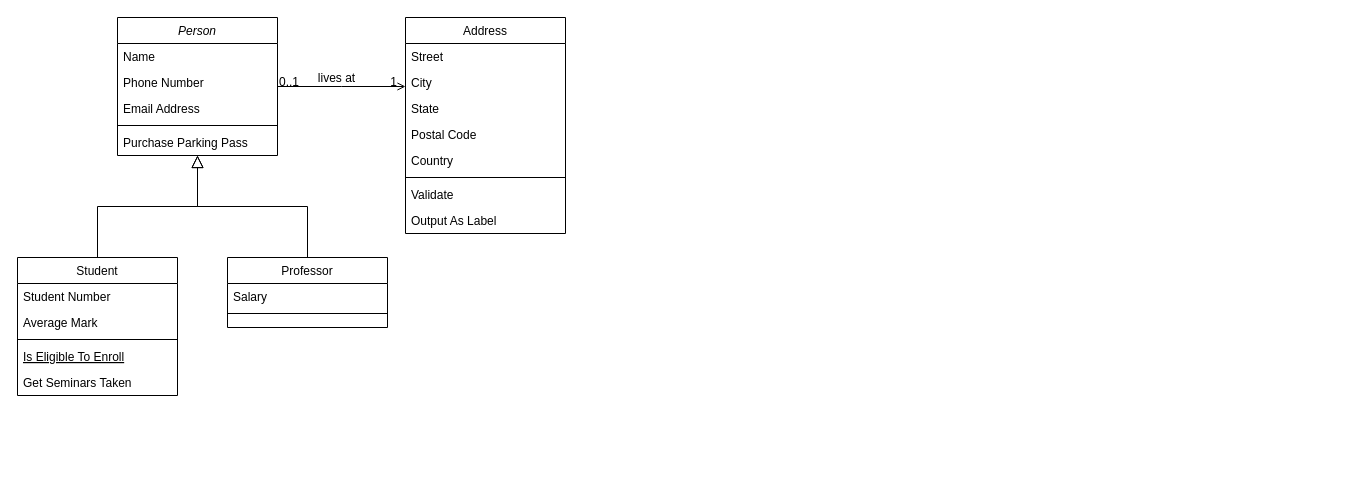
Earlier version of the draw.io diagram Untitled Diagram.drawio (karuhame/PBL2). Source tidied: cells renumbered, new cells numbered last; positions are measured from the earlier drawing's top-left corner, leaving out a move shared by most shapes. Both pictures are drawn from the tidied source at 100%, with x=0, y=0 at pixel (17, 17).
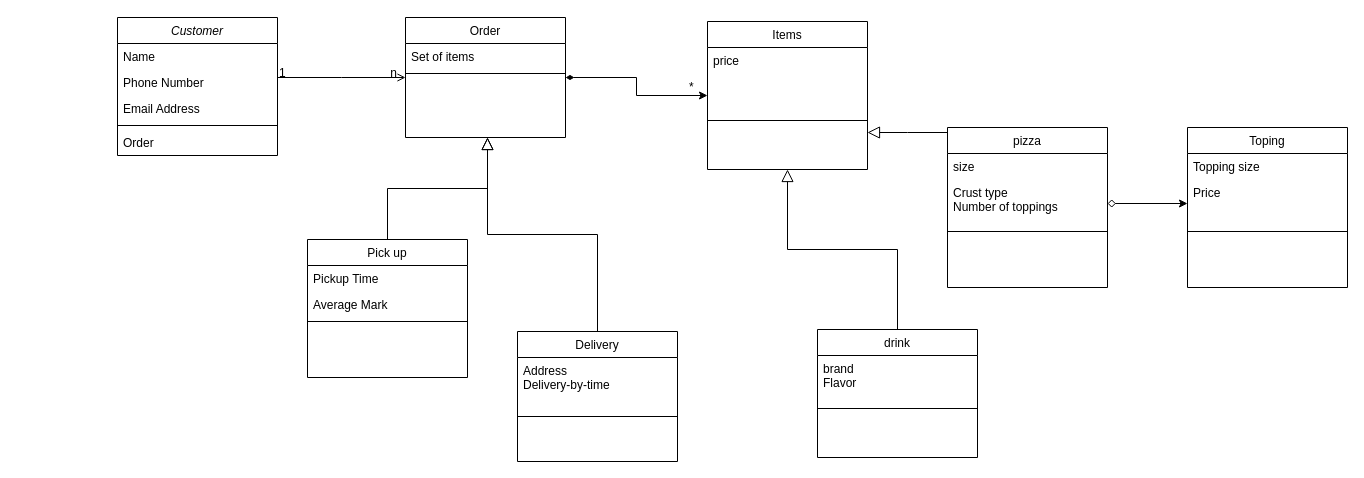
Above is the later version.

Unchanged cells that the change refers to:
```xml
<mxCell id="28" style="endArrow=open;shadow=0;strokeWidth=1;rounded=0;endFill=1;edgeStyle=elbowEdgeStyle;elbow=vertical;" parent="1" edge="1" source="2" target="19">
  <mxGeometry x="0.5" y="41" relative="1" as="geometry">
    <mxPoint x="-40" y="32" as="offset" />
  </mxGeometry>
</mxCell>
```

The edit, as a diff of the source:
```diff
@@
-    <mxCell id="2" value="Person" style="swimlane;fontStyle=2;align=center;verticalAlign=top;horizontal=1;startSize=26;rounded=0;shadow=0;strokeWidth=1;" parent="1" vertex="1">
+    <mxCell id="2" value="Customer" style="swimlane;fontStyle=2;align=center;verticalAlign=top;horizontal=1;startSize=26;rounded=0;shadow=0;strokeWidth=1;" parent="1" vertex="1">
       <mxGeometry x="100" width="160" height="138" as="geometry" />
     </mxCell>
@@
-    <mxCell id="7" value="Purchase Parking Pass" style="text;align=left;verticalAlign=top;spacingLeft=4;spacingRight=4;overflow=hidden;" parent="2" vertex="1">
+    <mxCell id="7" value="Order" style="text;align=left;verticalAlign=top;spacingLeft=4;spacingRight=4;overflow=hidden;" parent="2" vertex="1">
       <mxGeometry y="112" width="160" height="26" as="geometry" />
     </mxCell>
-    <mxCell id="8" value="Student" style="swimlane;fontStyle=0;align=center;verticalAlign=top;horizontal=1;startSize=26;rounded=0;shadow=0;strokeWidth=1;" parent="1" vertex="1">
-      <mxGeometry y="240" width="160" height="138" as="geometry" />
+    <mxCell id="8" value="Pick up" style="swimlane;fontStyle=0;align=center;verticalAlign=top;horizontal=1;startSize=26;rounded=0;shadow=0;strokeWidth=1;" parent="1" vertex="1">
+      <mxGeometry x="290" y="222" width="160" height="138" as="geometry" />
     </mxCell>
-    <mxCell id="9" value="Student Number" style="text;align=left;verticalAlign=top;spacingLeft=4;spacingRight=4;overflow=hidden;" parent="8" vertex="1">
+    <mxCell id="9" value="Pickup Time" style="text;align=left;verticalAlign=top;spacingLeft=4;spacingRight=4;overflow=hidden;" parent="8" vertex="1">
       <mxGeometry y="26" width="160" height="26" as="geometry" />
     </mxCell>
@@
-    <mxCell id="12" value="Is Eligible To Enroll" style="text;align=left;verticalAlign=top;spacingLeft=4;spacingRight=4;overflow=hidden;fontStyle=4;" parent="8" vertex="1">
-      <mxGeometry y="86" width="160" height="26" as="geometry" />
-    </mxCell>
-    <mxCell id="13" value="Get Seminars Taken" style="text;align=left;verticalAlign=top;spacingLeft=4;spacingRight=4;overflow=hidden;" parent="8" vertex="1">
-      <mxGeometry y="112" width="160" height="26" as="geometry" />
-    </mxCell>
-    <mxCell id="14" style="endArrow=block;endSize=10;endFill=0;shadow=0;strokeWidth=1;rounded=0;edgeStyle=elbowEdgeStyle;elbow=vertical;" parent="1" edge="1" source="8" target="2">
-      <mxGeometry relative="1" as="geometry" />
+    <mxCell id="14" style="endArrow=block;endSize=10;endFill=0;shadow=0;strokeWidth=1;rounded=0;edgeStyle=elbowEdgeStyle;elbow=vertical;" parent="1" edge="1" source="8">
+      <mxGeometry relative="1" as="geometry">
+        <mxPoint x="470" y="120" as="targetPoint" />
+      </mxGeometry>
     </mxCell>
-    <mxCell id="15" value="Professor" style="swimlane;fontStyle=0;align=center;verticalAlign=top;horizontal=1;startSize=26;rounded=0;shadow=0;strokeWidth=1;" parent="1" vertex="1">
-      <mxGeometry x="210" y="240" width="160" height="70" as="geometry" />
+    <mxCell id="15" value="Delivery" style="swimlane;fontStyle=0;align=center;verticalAlign=top;horizontal=1;startSize=26;rounded=0;shadow=0;strokeWidth=1;" parent="1" vertex="1">
+      <mxGeometry x="500" y="314" width="160" height="130" as="geometry" />
     </mxCell>
-    <mxCell id="16" value="Salary" style="text;align=left;verticalAlign=top;spacingLeft=4;spacingRight=4;overflow=hidden;" parent="15" vertex="1">
-      <mxGeometry y="26" width="160" height="26" as="geometry" />
+    <mxCell id="16" value="Address &#10;Delivery-by-time&#10;" style="text;align=left;verticalAlign=top;spacingLeft=4;spacingRight=4;overflow=hidden;" parent="15" vertex="1">
+      <mxGeometry y="26" width="160" height="34" as="geometry" />
     </mxCell>
     <mxCell id="17" style="line;html=1;strokeWidth=1;align=left;verticalAlign=middle;spacingTop=-1;spacingLeft=3;spacingRight=3;labelPosition=right;" parent="15" vertex="1">
-      <mxGeometry y="52" width="160" height="8" as="geometry" />
+      <mxGeometry y="60" width="160" height="50" as="geometry" />
     </mxCell>
-    <mxCell id="18" style="endArrow=block;endSize=10;endFill=0;shadow=0;strokeWidth=1;rounded=0;edgeStyle=elbowEdgeStyle;elbow=vertical;" parent="1" edge="1" source="15" target="2">
-      <mxGeometry relative="1" as="geometry" />
+    <mxCell id="18" style="endArrow=block;endSize=10;endFill=0;shadow=0;strokeWidth=1;rounded=0;edgeStyle=elbowEdgeStyle;elbow=vertical;" parent="1" edge="1" source="15">
+      <mxGeometry relative="1" as="geometry">
+        <mxPoint x="470" y="120" as="targetPoint" />
+      </mxGeometry>
     </mxCell>
+    <mxCell id="32" style="edgeStyle=orthogonalEdgeStyle;rounded=0;jettySize=auto;html=1;exitX=1;exitY=0.5;exitDx=0;exitDy=0;entryX=0;entryY=0.5;entryDx=0;entryDy=0;startArrow=diamondThin;startFill=1;sourcePerimeterSpacing=13;" parent="1" edge="1" source="19" target="33">
+      <mxGeometry relative="1" as="geometry" />
+    </mxCell>
-    <mxCell id="19" value="Address" style="swimlane;fontStyle=0;align=center;verticalAlign=top;horizontal=1;startSize=26;rounded=0;shadow=0;strokeWidth=1;" parent="1" vertex="1">
-      <mxGeometry x="388" width="160" height="216" as="geometry" />
+    <mxCell id="19" value="Order" style="swimlane;fontStyle=0;align=center;verticalAlign=top;horizontal=1;startSize=26;rounded=0;shadow=0;strokeWidth=1;" parent="1" vertex="1">
+      <mxGeometry x="388" width="160" height="120" as="geometry" />
     </mxCell>
-    <mxCell id="20" value="Street" style="text;align=left;verticalAlign=top;spacingLeft=4;spacingRight=4;overflow=hidden;" parent="19" vertex="1">
-      <mxGeometry y="26" width="160" height="26" as="geometry" />
-    </mxCell>
-    <mxCell id="21" value="City" style="text;align=left;verticalAlign=top;spacingLeft=4;spacingRight=4;overflow=hidden;rounded=0;shadow=0;html=0;" parent="19" vertex="1">
-      <mxGeometry y="52" width="160" height="26" as="geometry" />
-    </mxCell>
-    <mxCell id="22" value="State" style="text;align=left;verticalAlign=top;spacingLeft=4;spacingRight=4;overflow=hidden;rounded=0;shadow=0;html=0;" parent="19" vertex="1">
-      <mxGeometry y="78" width="160" height="26" as="geometry" />
-    </mxCell>
-    <mxCell id="23" value="Postal Code" style="text;align=left;verticalAlign=top;spacingLeft=4;spacingRight=4;overflow=hidden;rounded=0;shadow=0;html=0;" parent="19" vertex="1">
-      <mxGeometry y="104" width="160" height="26" as="geometry" />
-    </mxCell>
-    <mxCell id="24" value="Country" style="text;align=left;verticalAlign=top;spacingLeft=4;spacingRight=4;overflow=hidden;rounded=0;shadow=0;html=0;" parent="19" vertex="1">
-      <mxGeometry y="130" width="160" height="26" as="geometry" />
+    <mxCell id="24" value="Set of items" style="text;align=left;verticalAlign=top;spacingLeft=4;spacingRight=4;overflow=hidden;rounded=0;shadow=0;html=0;" parent="19" vertex="1">
+      <mxGeometry y="26" width="160" height="26" as="geometry" />
     </mxCell>
     <mxCell id="25" style="line;html=1;strokeWidth=1;align=left;verticalAlign=middle;spacingTop=-1;spacingLeft=3;spacingRight=3;labelPosition=right;" parent="19" vertex="1">
-      <mxGeometry y="156" width="160" height="8" as="geometry" />
+      <mxGeometry y="52" width="160" height="8" as="geometry" />
     </mxCell>
-    <mxCell id="26" value="Validate" style="text;align=left;verticalAlign=top;spacingLeft=4;spacingRight=4;overflow=hidden;" parent="19" vertex="1">
-      <mxGeometry y="164" width="160" height="26" as="geometry" />
-    </mxCell>
-    <mxCell id="27" value="Output As Label" style="text;align=left;verticalAlign=top;spacingLeft=4;spacingRight=4;overflow=hidden;" parent="19" vertex="1">
-      <mxGeometry y="190" width="160" height="26" as="geometry" />
-    </mxCell>
@@
-    <mxCell id="29" value="0..1" style="align=left;verticalAlign=bottom;labelBackgroundColor=none;fontSize=12;" parent="28" vertex="1">
+    <mxCell id="29" value="1" style="align=left;verticalAlign=bottom;labelBackgroundColor=none;fontSize=12;" parent="28" vertex="1">
       <mxGeometry x="-1" relative="1" as="geometry">
         <mxPoint y="4" as="offset" />
       </mxGeometry>
     </mxCell>
-    <mxCell id="30" value="1" style="align=right;verticalAlign=bottom;labelBackgroundColor=none;fontSize=12;" parent="28" vertex="1">
+    <mxCell id="30" value="n" style="align=right;verticalAlign=bottom;labelBackgroundColor=none;fontSize=12;" parent="28" vertex="1">
       <mxGeometry x="1" relative="1" as="geometry">
         <mxPoint x="-7" y="4" as="offset" />
       </mxGeometry>
     </mxCell>
-    <mxCell id="31" value="lives at" style="text;html=1;align=center;verticalAlign=middle;labelBackgroundColor=none;rounded=0;shadow=0;strokeWidth=1;fontSize=12;" parent="28" vertex="1">
-      <mxGeometry x="0.5" y="49" relative="1" as="geometry">
-        <mxPoint x="-38" y="40" as="offset" />
-      </mxGeometry>
-    </mxCell>
+    <mxCell id="33" value="Items" style="swimlane;fontStyle=0;align=center;verticalAlign=top;horizontal=1;startSize=26;rounded=0;shadow=0;strokeWidth=1;" parent="1" vertex="1">
+      <mxGeometry x="690" y="4" width="160" height="148" as="geometry" />
+    </mxCell>
+    <mxCell id="34" value="price" style="text;align=left;verticalAlign=top;spacingLeft=4;spacingRight=4;overflow=hidden;" parent="33" vertex="1">
+      <mxGeometry y="26" width="160" height="24" as="geometry" />
+    </mxCell>
+    <mxCell id="35" style="line;html=1;strokeWidth=1;align=left;verticalAlign=middle;spacingTop=-1;spacingLeft=3;spacingRight=3;labelPosition=right;" parent="33" vertex="1">
+      <mxGeometry y="50" width="160" height="98" as="geometry" />
+    </mxCell>
+    <mxCell id="36" value="pizza" style="swimlane;fontStyle=0;align=center;verticalAlign=top;horizontal=1;startSize=26;rounded=0;shadow=0;strokeWidth=1;" parent="1" vertex="1">
+      <mxGeometry x="930" y="110" width="160" height="160" as="geometry" />
+    </mxCell>
+    <mxCell id="37" value="size    " style="text;align=left;verticalAlign=top;spacingLeft=4;spacingRight=4;overflow=hidden;" parent="36" vertex="1">
+      <mxGeometry y="26" width="160" height="26" as="geometry" />
+    </mxCell>
+    <mxCell id="38" value="Crust type&#10;Number of toppings" style="text;align=left;verticalAlign=top;spacingLeft=4;spacingRight=4;overflow=hidden;points=[[0,0.5],[1,0.5]];portConstraint=eastwest;rounded=0;shadow=0;html=0;" parent="36" vertex="1">
+      <mxGeometry y="52" width="160" height="48" as="geometry" />
+    </mxCell>
+    <mxCell id="39" style="line;html=1;strokeWidth=1;align=left;verticalAlign=middle;spacingTop=-1;spacingLeft=3;spacingRight=3;labelPosition=right;" parent="36" vertex="1">
+      <mxGeometry y="100" width="160" height="8" as="geometry" />
+    </mxCell>
+    <mxCell id="40" style="endArrow=block;endSize=10;endFill=0;shadow=0;strokeWidth=1;rounded=0;edgeStyle=elbowEdgeStyle;elbow=vertical;entryX=1;entryY=0.75;entryDx=0;entryDy=0;" parent="1" edge="1" source="36" target="33">
+      <mxGeometry relative="1" as="geometry" />
+    </mxCell>
+    <mxCell id="41" value="drink" style="swimlane;fontStyle=0;align=center;verticalAlign=top;horizontal=1;startSize=26;rounded=0;shadow=0;strokeWidth=1;" parent="1" vertex="1">
+      <mxGeometry x="800" y="312" width="160" height="128" as="geometry" />
+    </mxCell>
+    <mxCell id="42" value="brand &#10;Flavor" style="text;align=left;verticalAlign=top;spacingLeft=4;spacingRight=4;overflow=hidden;" parent="41" vertex="1">
+      <mxGeometry y="26" width="160" height="4" as="geometry" />
+    </mxCell>
+    <mxCell id="43" style="line;html=1;strokeWidth=1;align=left;verticalAlign=middle;spacingTop=-1;spacingLeft=3;spacingRight=3;labelPosition=right;" parent="41" vertex="1">
+      <mxGeometry y="30" width="160" height="98" as="geometry" />
+    </mxCell>
+    <mxCell id="44" style="endArrow=block;endSize=10;endFill=0;shadow=0;strokeWidth=1;rounded=0;edgeStyle=elbowEdgeStyle;elbow=vertical;entryX=0.5;entryY=1;entryDx=0;entryDy=0;" parent="1" edge="1" source="41" target="33">
+      <mxGeometry relative="1" as="geometry" />
+    </mxCell>
+    <mxCell id="45" value="Toping" style="swimlane;fontStyle=0;align=center;verticalAlign=top;horizontal=1;startSize=26;rounded=0;shadow=0;strokeWidth=1;" parent="1" vertex="1">
+      <mxGeometry x="1170" y="110" width="160" height="160" as="geometry" />
+    </mxCell>
+    <mxCell id="46" value="Topping size" style="text;align=left;verticalAlign=top;spacingLeft=4;spacingRight=4;overflow=hidden;" parent="45" vertex="1">
+      <mxGeometry y="26" width="160" height="26" as="geometry" />
+    </mxCell>
+    <mxCell id="47" value="Price" style="text;align=left;verticalAlign=top;spacingLeft=4;spacingRight=4;overflow=hidden;points=[[0,0.5],[1,0.5]];portConstraint=eastwest;rounded=0;shadow=0;html=0;" parent="45" vertex="1">
+      <mxGeometry y="52" width="160" height="48" as="geometry" />
+    </mxCell>
+    <mxCell id="48" style="line;html=1;strokeWidth=1;align=left;verticalAlign=middle;spacingTop=-1;spacingLeft=3;spacingRight=3;labelPosition=right;" parent="45" vertex="1">
+      <mxGeometry y="100" width="160" height="8" as="geometry" />
+    </mxCell>
+    <mxCell id="49" style="edgeStyle=orthogonalEdgeStyle;rounded=0;jettySize=auto;html=1;exitX=1;exitY=0.5;exitDx=0;exitDy=0;entryX=0;entryY=0.5;entryDx=0;entryDy=0;startArrow=diamond;startFill=0;sourcePerimeterSpacing=13;" parent="1" edge="1" source="38" target="47">
+      <mxGeometry relative="1" as="geometry" />
+    </mxCell>
+    <mxCell id="50" value="*" style="align=left;verticalAlign=bottom;labelBackgroundColor=none;fontSize=12;" parent="1" vertex="1">
+      <mxGeometry x="670" y="78" as="geometry" />
+    </mxCell>
```
